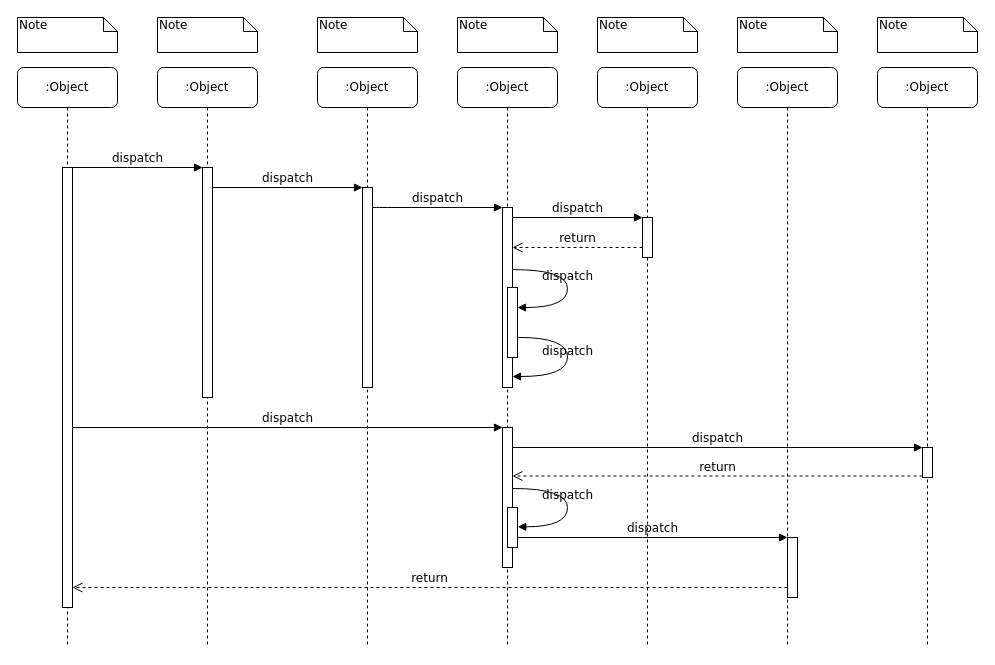
This is Untitled Diagram.drawio from fish404/ac_engine, a draw.io file, before an edit. Source tidied: cells renumbered, new cells numbered last; positions are measured from the earlier drawing's top-left corner, leaving out a move shared by most shapes. Both pictures are drawn from the tidied source at 100%, with x=0, y=0 at pixel (17, 17).
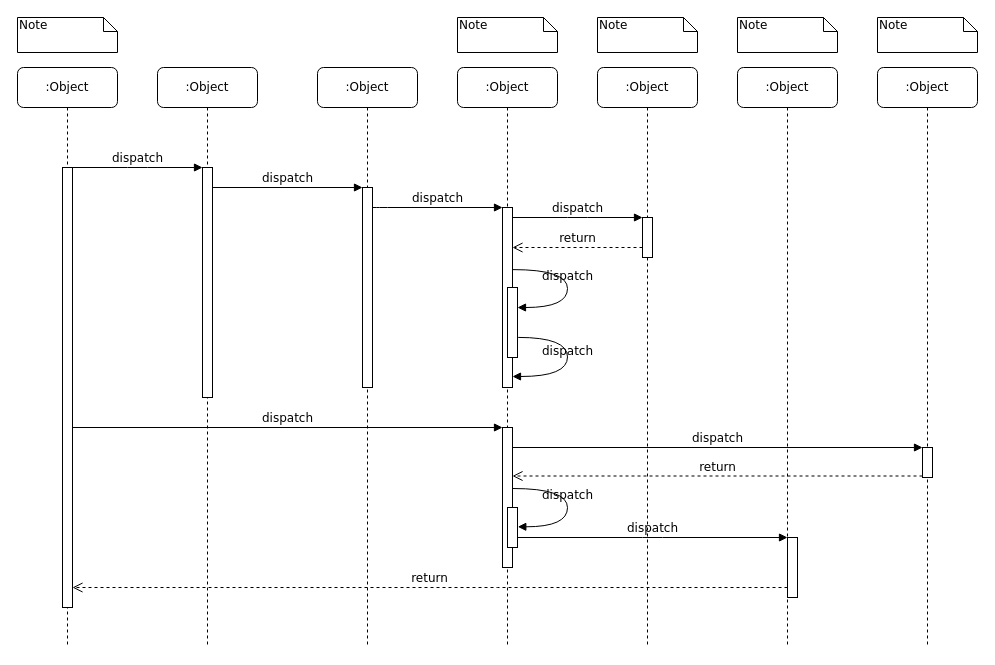
After the change.

Change to the diagram source:
```diff
@@
-    <mxCell id="33" value="Note" style="shape=note;whiteSpace=wrap;html=1;size=14;verticalAlign=top;align=left;spacingTop=-6;rounded=0;shadow=0;comic=0;labelBackgroundColor=none;strokeWidth=1;fontFamily=Verdana;fontSize=12;" parent="1" vertex="1">
-      <mxGeometry x="140" width="100" height="35" as="geometry" />
-    </mxCell>
-    <mxCell id="34" value="Note" style="shape=note;whiteSpace=wrap;html=1;size=14;verticalAlign=top;align=left;spacingTop=-6;rounded=0;shadow=0;comic=0;labelBackgroundColor=none;strokeWidth=1;fontFamily=Verdana;fontSize=12;" parent="1" vertex="1">
-      <mxGeometry x="300" width="100" height="35" as="geometry" />
-    </mxCell>
```
